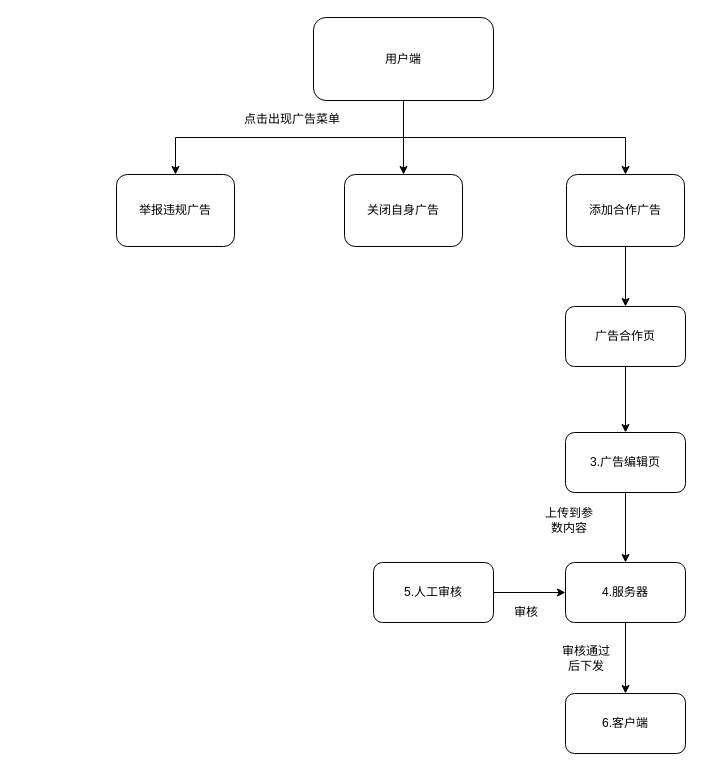
cangwang/news keeps this draw.io diagram as page "Page-8" (8 of 9) of 第三方广告.drawio. Above is the earlier version. Source tidied: cells renumbered, new cells numbered last; positions are measured from the earlier drawing's top-left corner, leaving out a move shared by most shapes. Both pictures are drawn from the tidied source at 100%, with x=0, y=0 at pixel (116, 17).
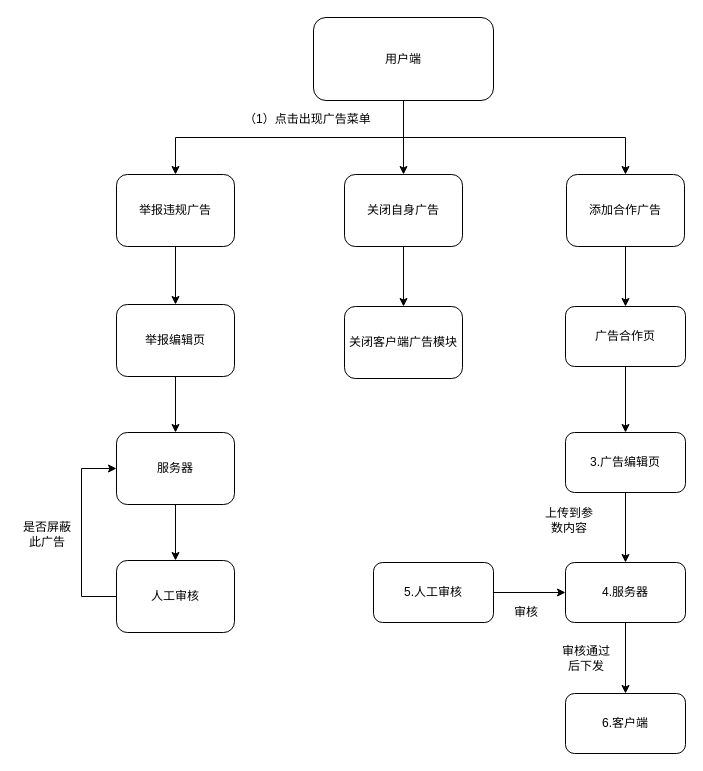
The same diagram, later.

The change refers to these unchanged cells:
```xml
<mxCell id="6" value="关闭自身广告" style="rounded=1;whiteSpace=wrap;html=1;" parent="1" vertex="1">
  <mxGeometry x="228" y="157" width="118" height="72" as="geometry" />
</mxCell>
<mxCell id="9" value="举报违规广告" style="rounded=1;whiteSpace=wrap;html=1;" parent="1" vertex="1">
  <mxGeometry y="157" width="118" height="72" as="geometry" />
</mxCell>
```

The edit, as a diff of the source:
```diff
@@
+    <mxCell id="23" style="edgeStyle=orthogonalEdgeStyle;rounded=0;jettySize=auto;html=1;exitX=0.5;exitY=1;exitDx=0;exitDy=0;" parent="1" edge="1" source="6" target="25">
+      <mxGeometry relative="1" as="geometry" />
+    </mxCell>
@@
+    <mxCell id="24" style="edgeStyle=orthogonalEdgeStyle;rounded=0;jettySize=auto;html=1;exitX=0.5;exitY=1;exitDx=0;exitDy=0;" parent="1" edge="1" source="9" target="27">
+      <mxGeometry relative="1" as="geometry" />
+    </mxCell>
@@
-    <mxCell id="22" value="&lt;span style=&quot;color: rgb(0, 0, 0); font-family: helvetica; font-size: 12px; font-style: normal; font-weight: 400; letter-spacing: normal; text-align: center; text-indent: 0px; text-transform: none; word-spacing: 0px; background-color: rgb(255, 255, 255); display: inline; float: none;&quot;&gt;点击出现广告菜单&lt;/span&gt;" style="text;whiteSpace=wrap;html=1;" parent="1" vertex="1">
-      <mxGeometry x="126" y="88" width="116" height="28" as="geometry" />
+    <mxCell id="22" value="&lt;span style=&quot;color: rgb(0 , 0 , 0) ; font-family: &amp;#34;helvetica&amp;#34; ; font-size: 12px ; font-style: normal ; font-weight: 400 ; letter-spacing: normal ; text-align: center ; text-indent: 0px ; text-transform: none ; word-spacing: 0px ; background-color: rgb(255 , 255 , 255) ; display: inline ; float: none&quot;&gt;（1）点击出现广告菜单&lt;/span&gt;" style="text;whiteSpace=wrap;html=1;" parent="1" vertex="1">
+      <mxGeometry x="126" y="88" width="151" height="28" as="geometry" />
     </mxCell>
+    <mxCell id="25" value="关闭客户端广告模块" style="rounded=1;whiteSpace=wrap;html=1;" parent="1" vertex="1">
+      <mxGeometry x="228" y="289" width="118" height="72" as="geometry" />
+    </mxCell>
+    <mxCell id="26" style="edgeStyle=orthogonalEdgeStyle;rounded=0;jettySize=auto;html=1;exitX=0.5;exitY=1;exitDx=0;exitDy=0;" parent="1" edge="1" source="27" target="29">
+      <mxGeometry relative="1" as="geometry" />
+    </mxCell>
+    <mxCell id="27" value="举报编辑页" style="rounded=1;whiteSpace=wrap;html=1;" parent="1" vertex="1">
+      <mxGeometry y="287" width="118" height="72" as="geometry" />
+    </mxCell>
+    <mxCell id="28" style="edgeStyle=orthogonalEdgeStyle;rounded=0;jettySize=auto;html=1;exitX=0.5;exitY=1;exitDx=0;exitDy=0;" parent="1" edge="1" source="29" target="31">
+      <mxGeometry relative="1" as="geometry" />
+    </mxCell>
+    <mxCell id="29" value="服务器" style="rounded=1;whiteSpace=wrap;html=1;" parent="1" vertex="1">
+      <mxGeometry y="415" width="118" height="72" as="geometry" />
+    </mxCell>
+    <mxCell id="30" style="edgeStyle=orthogonalEdgeStyle;rounded=0;jettySize=auto;html=1;exitX=0;exitY=0.5;exitDx=0;exitDy=0;entryX=0;entryY=0.5;entryDx=0;entryDy=0;" parent="1" edge="1" source="31" target="29">
+      <mxGeometry relative="1" as="geometry">
+        <Array as="points">
+          <mxPoint x="-35" y="579" />
+          <mxPoint x="-35" y="451" />
+        </Array>
+      </mxGeometry>
+    </mxCell>
+    <mxCell id="31" value="人工审核" style="rounded=1;whiteSpace=wrap;html=1;" parent="1" vertex="1">
+      <mxGeometry y="543" width="118" height="72" as="geometry" />
+    </mxCell>
+    <mxCell id="32" value="是否屏蔽此广告" style="text;html=1;strokeColor=none;fillColor=none;align=center;verticalAlign=middle;whiteSpace=wrap;rounded=0;" parent="1" vertex="1">
+      <mxGeometry x="-99" y="502" width="60" height="30" as="geometry" />
+    </mxCell>
```
